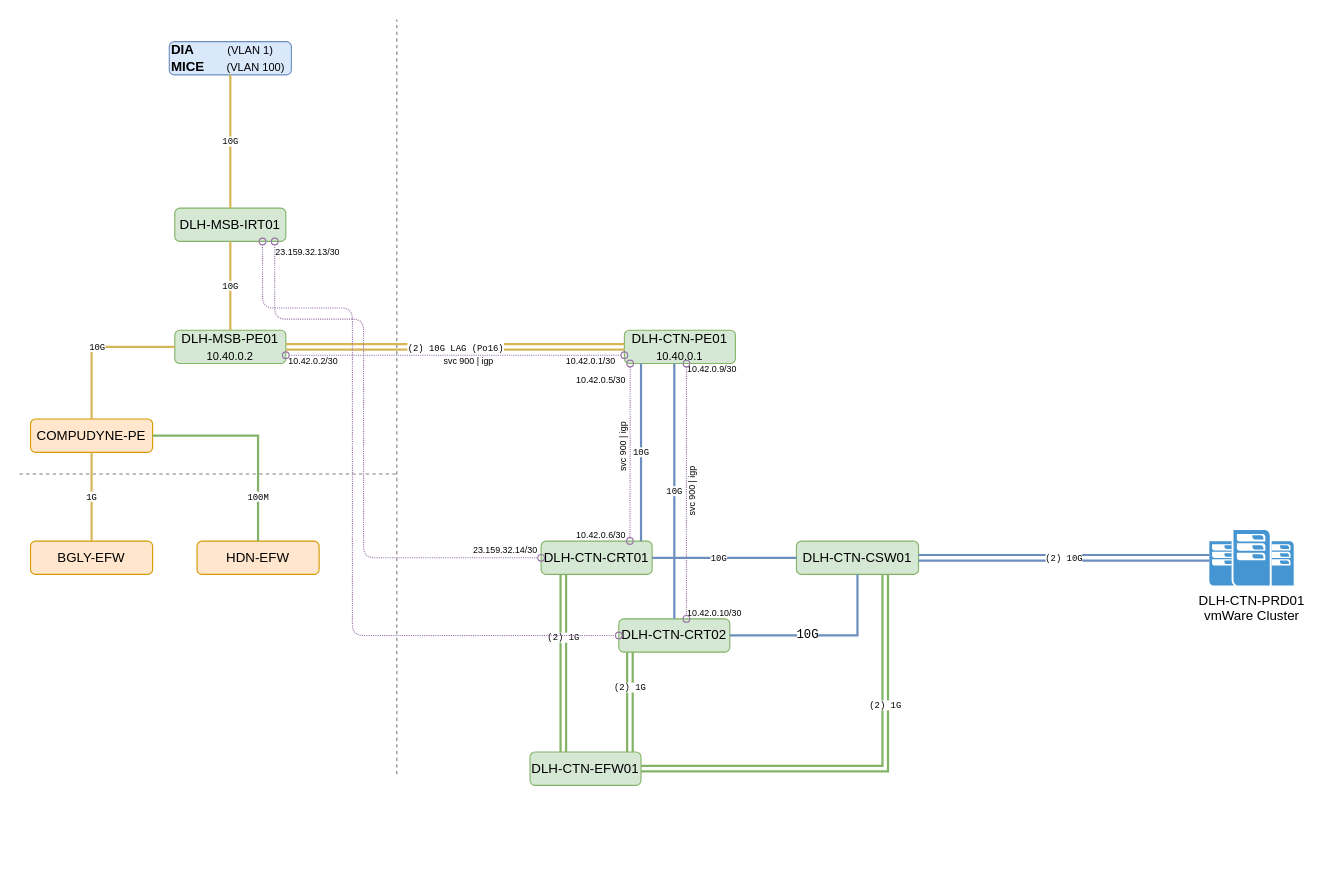
Earlier version of the draw.io diagram Network Diagram.drawio (abhid/drawio-diagrams). Source tidied: cells renumbered, new cells numbered last; positions are measured from the earlier drawing's top-left corner, leaving out a move shared by most shapes. Both pictures are drawn from the tidied source at 111%, with x=0, y=0 at pixel (19, 19).
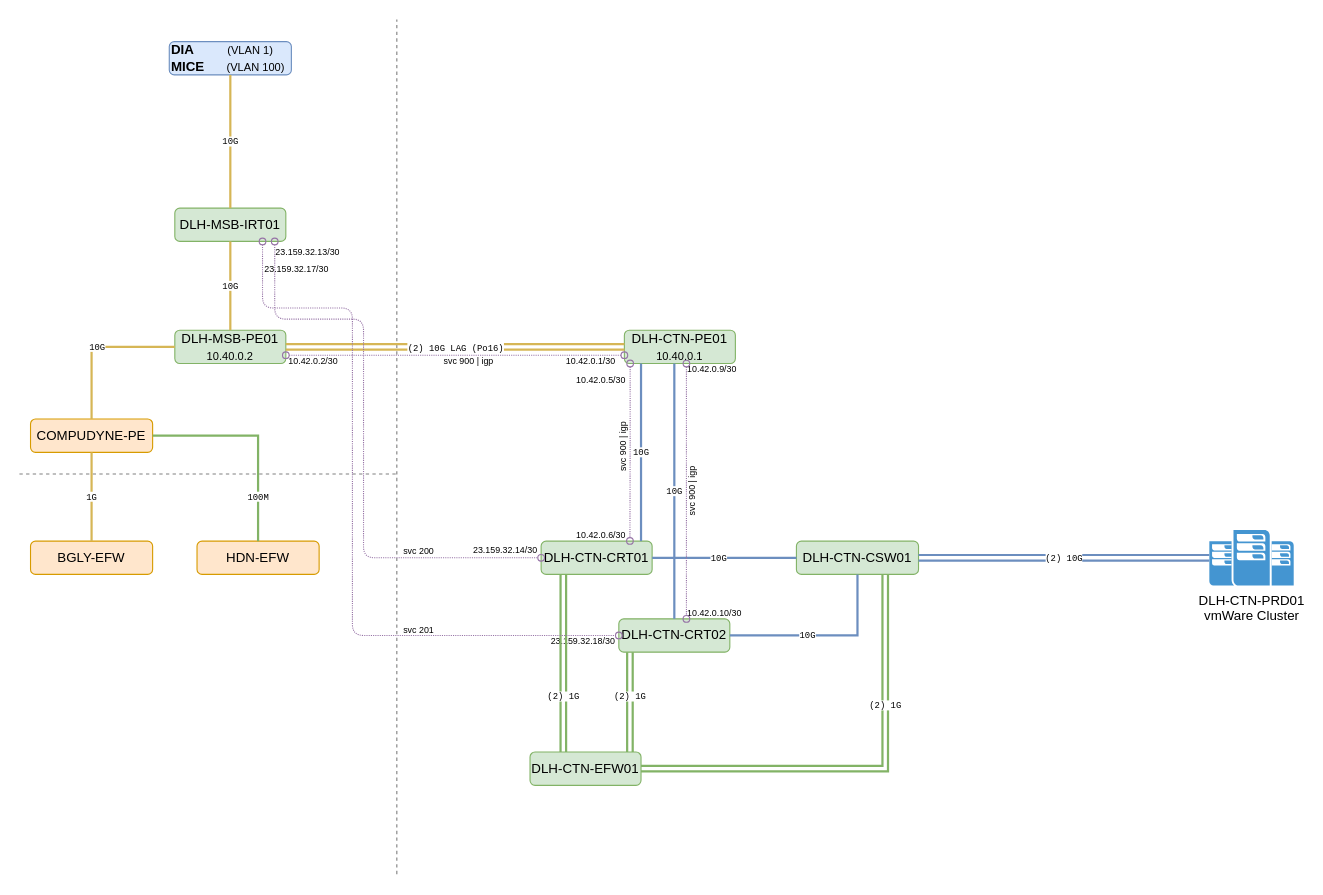
After the change.

The change refers to these unchanged cells:
```xml
<mxCell id="6" value="DLH-CTN-CRT02" style="rounded=1;whiteSpace=wrap;html=1;fillColor=#d5e8d4;strokeColor=#82b366;" parent="1" vertex="1">
  <mxGeometry x="540" y="540" width="100" height="30" as="geometry" />
</mxCell>
<mxCell id="7" value="DLH-CTN-CRT01" style="rounded=1;whiteSpace=wrap;html=1;fillColor=#d5e8d4;strokeColor=#82b366;" parent="1" vertex="1">
  <mxGeometry x="470" y="470" width="100" height="30" as="geometry" />
</mxCell>
<mxCell id="11" value="DLH-CTN-CSW01" style="rounded=1;whiteSpace=wrap;html=1;fillColor=#d5e8d4;strokeColor=#82b366;" parent="1" vertex="1">
  <mxGeometry x="700" y="470" width="110" height="30" as="geometry" />
</mxCell>
<mxCell id="12" value="DLH-CTN-EFW01" style="rounded=1;whiteSpace=wrap;html=1;fillColor=#d5e8d4;strokeColor=#82b366;" parent="1" vertex="1">
  <mxGeometry x="460" y="660" width="100" height="30" as="geometry" />
</mxCell>
```

Change to the diagram source:
```diff
@@
     <mxCell id="14" style="endArrow=none;dashed=1;html=1;strokeWidth=1;opacity=50;" parent="1" edge="1">
       <mxGeometry relative="1" as="geometry">
-        <mxPoint x="340" y="680" as="sourcePoint" />
+        <mxPoint x="340" y="770" as="sourcePoint" />
         <mxPoint x="340" as="targetPoint" />
       </mxGeometry>
     </mxCell>
@@
-    <mxCell id="16" value="svc 900 | igp" style="text;html=1;strokeColor=none;fillColor=none;align=center;verticalAlign=middle;whiteSpace=wrap;rounded=0;comic=1;fontSize=8;rotation=-90;" parent="1" vertex="1">
-      <mxGeometry x="514" y="380" width="60" height="10" as="geometry" />
-    </mxCell>
-    <mxCell id="17" value="svc 900 | igp" style="text;html=1;strokeColor=none;fillColor=none;align=center;verticalAlign=middle;whiteSpace=wrap;rounded=0;comic=1;fontSize=8;rotation=-90;" parent="1" vertex="1">
-      <mxGeometry x="576" y="420" width="60" height="10" as="geometry" />
-    </mxCell>
+    <mxCell id="49" value="svc 200" style="text;html=1;strokeColor=none;fillColor=none;align=center;verticalAlign=middle;whiteSpace=wrap;rounded=0;comic=1;fontSize=8;" parent="1" vertex="1">
+      <mxGeometry x="330" y="474" width="60" height="10" as="geometry" />
+    </mxCell>
+    <mxCell id="50" value="svc 201" style="text;html=1;strokeColor=none;fillColor=none;align=center;verticalAlign=middle;whiteSpace=wrap;rounded=0;comic=1;fontSize=8;" parent="1" vertex="1">
+      <mxGeometry x="330" y="545" width="60" height="10" as="geometry" />
+    </mxCell>
+    <mxCell id="51" value="23.159.32.17/30" style="text;html=1;strokeColor=none;fillColor=none;align=center;verticalAlign=middle;whiteSpace=wrap;rounded=0;comic=1;fontSize=8;" parent="1" vertex="1">
+      <mxGeometry x="220" y="220" width="60" height="10" as="geometry" />
+    </mxCell>
+    <mxCell id="52" value="23.159.32.18/30" style="text;html=1;strokeColor=none;fillColor=none;align=center;verticalAlign=middle;whiteSpace=wrap;rounded=0;comic=1;fontSize=8;" parent="1" vertex="1">
+      <mxGeometry x="478" y="555" width="60" height="10" as="geometry" />
+    </mxCell>
@@
+    <mxCell id="31" value="&lt;font face=&quot;Courier New&quot; style=&quot;font-size: 8px;&quot;&gt;(2) 1G&lt;/font&gt;" style="edgeStyle=orthogonalEdgeStyle;rounded=0;jettySize=auto;html=1;endArrow=none;endFill=0;strokeWidth=2;fillColor=#d5e8d4;strokeColor=#82b366;shape=link;spacing=2;fontSize=8;" parent="18" edge="1" source="7" target="12">
+      <mxGeometry x="0.5" y="-10" relative="1" as="geometry">
+        <Array as="points">
+          <mxPoint x="490" y="620" />
+          <mxPoint x="490" y="620" />
+        </Array>
+        <mxPoint x="10" y="-10" as="offset" />
+      </mxGeometry>
+    </mxCell>
@@
-    <mxCell id="27" value="&lt;font face=&quot;Courier New&quot;&gt;10G&lt;/font&gt;" style="edgeStyle=orthogonalEdgeStyle;rounded=0;jettySize=auto;html=1;endArrow=none;endFill=0;strokeWidth=2;fillColor=#dae8fc;strokeColor=#6c8ebf;" parent="18" edge="1" source="6" target="11">
+    <mxCell id="27" value="&lt;font face=&quot;Courier New&quot; style=&quot;font-size: 8px;&quot;&gt;10G&lt;/font&gt;" style="edgeStyle=orthogonalEdgeStyle;rounded=0;jettySize=auto;html=1;endArrow=none;endFill=0;strokeWidth=2;fillColor=#dae8fc;strokeColor=#6c8ebf;fontSize=8;" parent="18" edge="1" source="6" target="11">
       <mxGeometry x="-0.18" relative="1" as="geometry" />
     </mxCell>
@@
-    <mxCell id="31" value="&lt;font face=&quot;Courier New&quot; style=&quot;font-size: 8px;&quot;&gt;(2) 1G&lt;/font&gt;" style="edgeStyle=orthogonalEdgeStyle;rounded=0;jettySize=auto;html=1;endArrow=none;endFill=0;strokeWidth=2;fillColor=#d5e8d4;strokeColor=#82b366;shape=link;spacing=2;fontSize=8;" parent="18" edge="1" source="7" target="12">
-      <mxGeometry x="-0.29" relative="1" as="geometry">
-        <Array as="points">
-          <mxPoint x="490" y="620" />
-          <mxPoint x="490" y="620" />
-        </Array>
-      </mxGeometry>
-    </mxCell>
     <mxCell id="32" value="&lt;font face=&quot;Courier New&quot; style=&quot;font-size: 8px;&quot;&gt;(2) 1G&lt;/font&gt;" style="edgeStyle=orthogonalEdgeStyle;rounded=0;jettySize=auto;html=1;endArrow=none;endFill=0;strokeWidth=2;fillColor=#d5e8d4;strokeColor=#82b366;shape=link;spacing=2;fontSize=8;" parent="18" edge="1" source="6" target="12">
-      <mxGeometry x="-0.29" relative="1" as="geometry">
+      <mxGeometry x="0.56" y="-30" relative="1" as="geometry">
         <Array as="points">
           <mxPoint x="550" y="640" />
           <mxPoint x="550" y="640" />
         </Array>
+        <mxPoint x="30" y="-30" as="offset" />
       </mxGeometry>
     </mxCell>
@@
+    <mxCell id="17" value="svc 900 | igp" style="text;html=1;strokeColor=none;fillColor=none;align=center;verticalAlign=middle;whiteSpace=wrap;rounded=0;comic=1;fontSize=8;rotation=-90;" parent="33" vertex="1">
+      <mxGeometry x="576" y="420" width="60" height="10" as="geometry" />
+    </mxCell>
+    <mxCell id="16" value="svc 900 | igp" style="text;html=1;strokeColor=none;fillColor=none;align=center;verticalAlign=middle;whiteSpace=wrap;rounded=0;comic=1;fontSize=8;rotation=-90;" parent="33" vertex="1">
+      <mxGeometry x="514" y="380" width="60" height="10" as="geometry" />
+    </mxCell>
```
